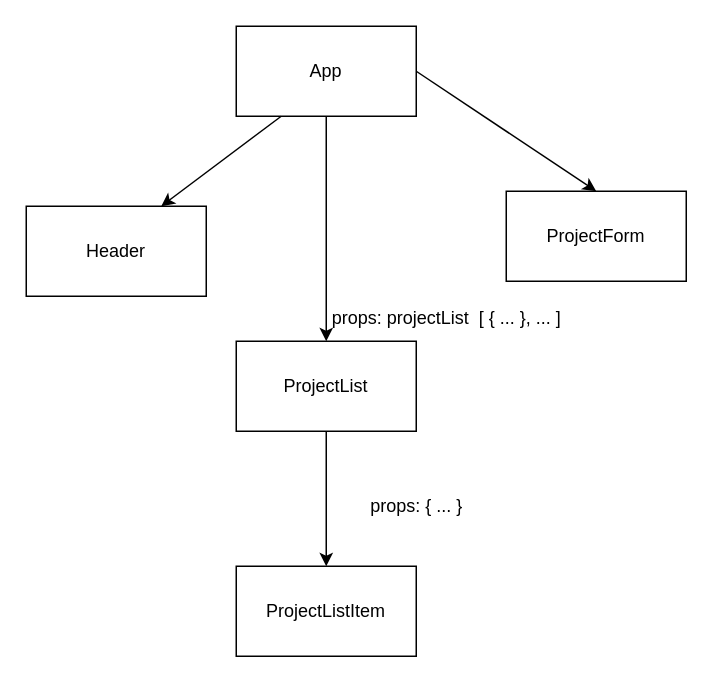
Before: 02_state_and_events/react-tree.drawio in rachelAtFlatiron/EAST-SE-041023-Phase-2-React, a draw.io diagram. Source tidied: cells renumbered, new cells numbered last; positions are measured from the earlier drawing's top-left corner, leaving out a move shared by most shapes. Both pictures are drawn from the tidied source at 150%, with x=0, y=0 at pixel (26, 26).
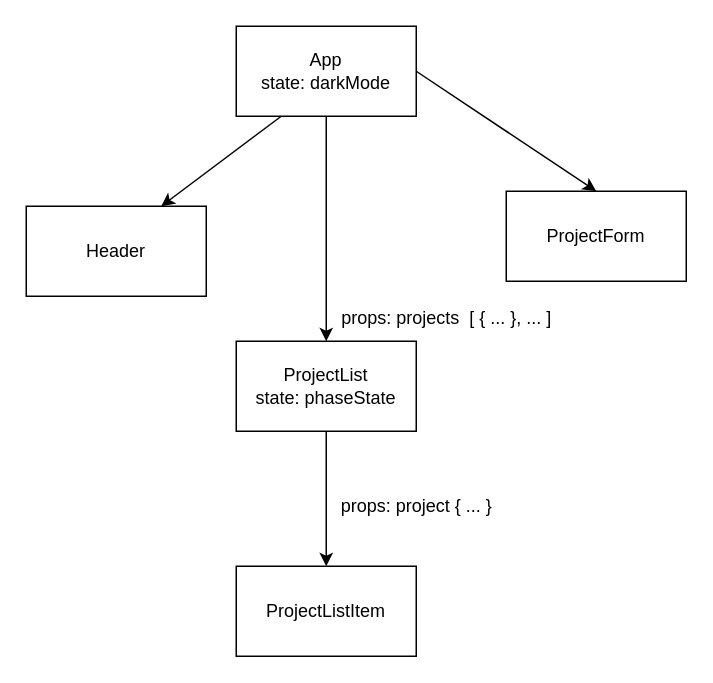
Above is the later version.

Commit message:
react-tree

Change to the diagram source:
```diff
@@
 <mxGraphModel>
   <root>
     <mxCell id="0" />
     <mxCell id="1" parent="0" />
-    <mxCell id="2" value="App" style="whiteSpace=wrap;html=1;" parent="1" vertex="1">
+    <mxCell id="2" value="App&lt;br&gt;state: darkMode" style="whiteSpace=wrap;html=1;" parent="1" vertex="1">
       <mxGeometry x="140" width="120" height="60" as="geometry" />
     </mxCell>
     <mxCell id="3" style="edgeStyle=none;jettySize=auto;html=1;exitX=0.25;exitY=1;exitDx=0;exitDy=0;entryX=0.75;entryY=0;entryDx=0;entryDy=0;" parent="1" edge="1" source="2" target="4">
       <mxGeometry relative="1" as="geometry" />
     </mxCell>
     <mxCell id="4" value="Header" style="whiteSpace=wrap;html=1;" parent="1" vertex="1">
       <mxGeometry y="120" width="120" height="60" as="geometry" />
     </mxCell>
     <mxCell id="5" style="edgeStyle=none;jettySize=auto;html=1;exitX=0.5;exitY=1;exitDx=0;exitDy=0;entryX=0.5;entryY=0;entryDx=0;entryDy=0;" parent="1" edge="1" source="2" target="6">
       <mxGeometry relative="1" as="geometry" />
     </mxCell>
-    <mxCell id="6" value="ProjectList" style="whiteSpace=wrap;html=1;" parent="1" vertex="1">
+    <mxCell id="6" value="ProjectList&lt;br&gt;state: phaseState" style="whiteSpace=wrap;html=1;" parent="1" vertex="1">
       <mxGeometry x="140" y="210" width="120" height="60" as="geometry" />
     </mxCell>
     <mxCell id="7" style="edgeStyle=none;jettySize=auto;html=1;exitX=1;exitY=0.5;exitDx=0;exitDy=0;" parent="1" edge="1" source="2">
       <mxGeometry relative="1" as="geometry">
         <mxPoint x="380" y="110" as="targetPoint" />
       </mxGeometry>
     </mxCell>
     <mxCell id="8" value="ProjectForm" style="whiteSpace=wrap;html=1;" parent="1" vertex="1">
       <mxGeometry x="320" y="110" width="120" height="60" as="geometry" />
     </mxCell>
-    <mxCell id="9" value="props: projectList&amp;nbsp; [ { ... }, ... ]" style="text;html=1;align=center;verticalAlign=middle;strokeColor=none;fillColor=none;" parent="1" vertex="1">
-      <mxGeometry x="190" y="180" width="180" height="30" as="geometry" />
+    <mxCell id="9" value="props: projects&amp;nbsp; [ { ... }, ... ]" style="text;html=1;align=center;verticalAlign=middle;strokeColor=none;fillColor=none;" parent="1" vertex="1">
+      <mxGeometry x="200" y="180" width="160" height="30" as="geometry" />
     </mxCell>
     <mxCell id="10" style="edgeStyle=none;jettySize=auto;html=1;exitX=0.5;exitY=1;exitDx=0;exitDy=0;" parent="1" edge="1" source="6">
       <mxGeometry relative="1" as="geometry">
         <mxPoint x="200" y="360" as="targetPoint" />
       </mxGeometry>
     </mxCell>
     <mxCell id="11" value="ProjectListItem" style="whiteSpace=wrap;html=1;" parent="1" vertex="1">
       <mxGeometry x="140" y="360" width="120" height="60" as="geometry" />
     </mxCell>
-    <mxCell id="12" value="props: { ... }" style="text;html=1;align=center;verticalAlign=middle;strokeColor=none;fillColor=none;" parent="1" vertex="1">
-      <mxGeometry x="220" y="305" width="80" height="30" as="geometry" />
+    <mxCell id="12" value="props: project { ... }" style="text;html=1;align=center;verticalAlign=middle;strokeColor=none;fillColor=none;" parent="1" vertex="1">
+      <mxGeometry x="200" y="305" width="120" height="30" as="geometry" />
     </mxCell>
   </root>
 </mxGraphModel>
```
